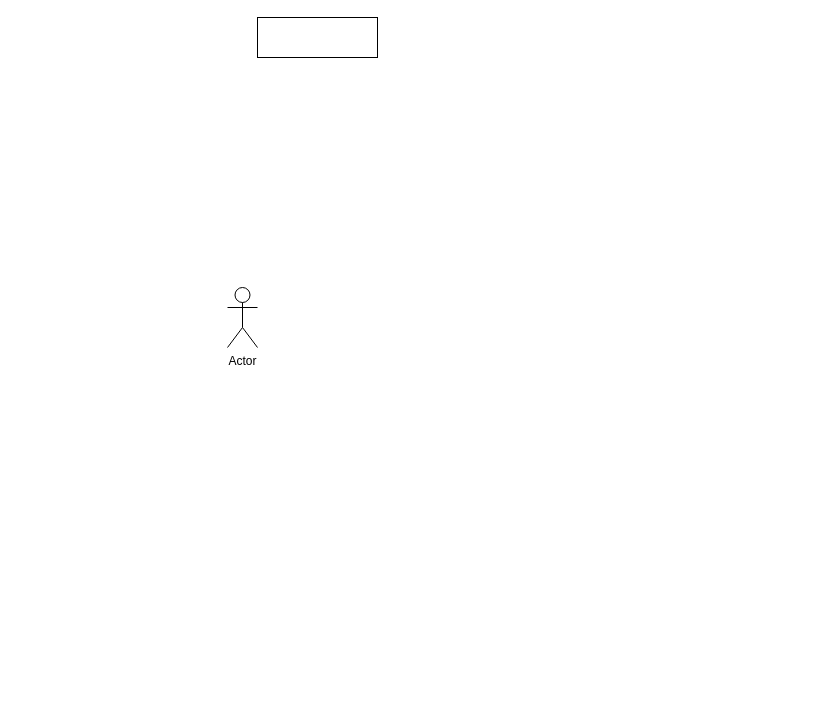
Gsuper36/lab-diagrams keeps this draw.io diagram as lab 3.drawio. Above is the earlier version. Source tidied: cells renumbered, new cells numbered last; positions are measured from the earlier drawing's top-left corner, leaving out a move shared by most shapes. Both pictures are drawn from the tidied source at 100%, with x=0, y=0 at pixel (227, 17).
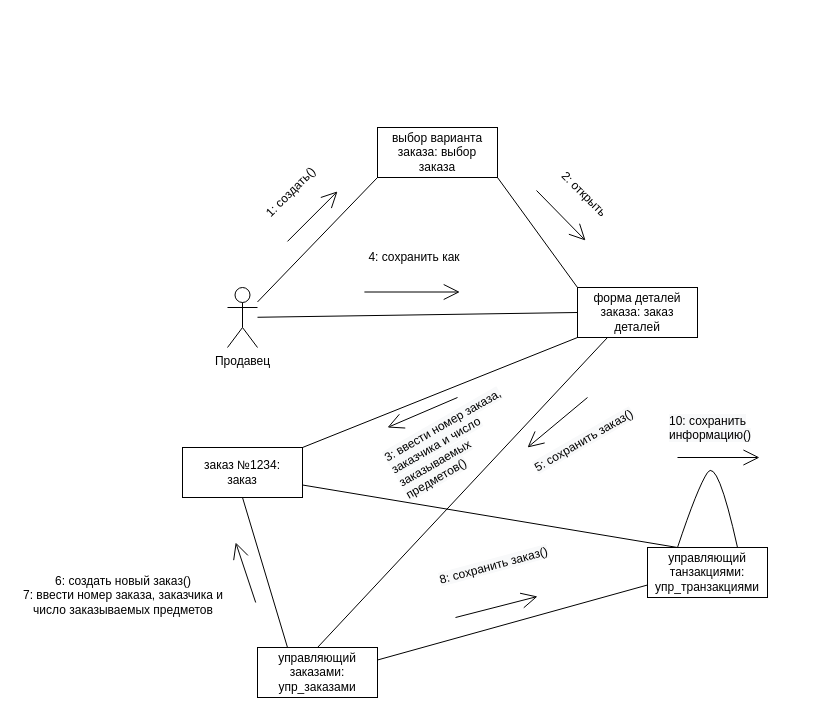
The same page after the edit.

Diff of the diagram source:
```diff
@@
+    <mxCell id="4" style="rounded=0;jettySize=auto;html=1;entryX=0;entryY=1;entryDx=0;entryDy=0;endArrow=none;endFill=0;" parent="1" edge="1" source="2" target="3">
+      <mxGeometry relative="1" as="geometry" />
+    </mxCell>
-    <mxCell id="2" value="Actor" style="shape=umlActor;verticalLabelPosition=bottom;verticalAlign=top;html=1;outlineConnect=0;" parent="1" vertex="1">
+    <mxCell id="2" value="Продавец" style="shape=umlActor;verticalLabelPosition=bottom;verticalAlign=top;html=1;outlineConnect=0;" parent="1" vertex="1">
       <mxGeometry y="270" width="30" height="60" as="geometry" />
     </mxCell>
-    <mxCell id="3" style="rounded=0;whiteSpace=wrap;html=1;" parent="1" vertex="1">
-      <mxGeometry x="30" width="120" height="40" as="geometry" />
+    <mxCell id="3" value="выбор варианта заказа: выбор заказа" style="rounded=0;whiteSpace=wrap;html=1;" parent="1" vertex="1">
+      <mxGeometry x="150" y="110" width="120" height="50" as="geometry" />
     </mxCell>
+    <mxCell id="5" value="форма деталей заказа: заказ деталей" style="rounded=0;whiteSpace=wrap;html=1;" parent="1" vertex="1">
+      <mxGeometry x="350" y="270" width="120" height="50" as="geometry" />
+    </mxCell>
+    <mxCell id="6" style="rounded=0;jettySize=auto;html=1;entryX=0;entryY=0;entryDx=0;entryDy=0;exitX=1;exitY=1;exitDx=0;exitDy=0;endArrow=none;endFill=0;" parent="1" edge="1" source="3" target="5">
+      <mxGeometry relative="1" as="geometry" />
+    </mxCell>
+    <mxCell id="7" style="rounded=0;jettySize=auto;html=1;entryX=0;entryY=0.5;entryDx=0;entryDy=0;endArrow=none;endFill=0;" parent="1" edge="1" source="2" target="5">
+      <mxGeometry relative="1" as="geometry" />
+    </mxCell>
+    <mxCell id="8" value="заказ №1234:&lt;br&gt;заказ" style="rounded=0;whiteSpace=wrap;html=1;" parent="1" vertex="1">
+      <mxGeometry x="-45" y="430" width="120" height="50" as="geometry" />
+    </mxCell>
+    <mxCell id="9" value="управляющий танзакциями: упр_транзакциями" style="rounded=0;whiteSpace=wrap;html=1;" parent="1" vertex="1">
+      <mxGeometry x="420" y="530" width="120" height="50" as="geometry" />
+    </mxCell>
+    <mxCell id="10" value="управляющий заказами: упр_заказами" style="rounded=0;whiteSpace=wrap;html=1;" parent="1" vertex="1">
+      <mxGeometry x="30" y="630" width="120" height="50" as="geometry" />
+    </mxCell>
+    <mxCell id="11" style="curved=1;endArrow=none;html=1;rounded=0;exitX=0.25;exitY=0;exitDx=0;exitDy=0;entryX=0.75;entryY=0;entryDx=0;entryDy=0;endFill=0;" parent="1" edge="1" source="9" target="9">
+      <mxGeometry relative="1" as="geometry">
+        <Array as="points">
+          <mxPoint x="470" y="470" />
+          <mxPoint x="490" y="440" />
+        </Array>
+      </mxGeometry>
+    </mxCell>
+    <mxCell id="12" style="rounded=0;jettySize=auto;html=1;entryX=0;entryY=1;entryDx=0;entryDy=0;endArrow=none;endFill=0;exitX=1;exitY=0;exitDx=0;exitDy=0;" parent="1" edge="1" source="8" target="5">
+      <mxGeometry relative="1" as="geometry" />
+    </mxCell>
+    <mxCell id="13" style="rounded=0;jettySize=auto;html=1;entryX=0.25;entryY=1;entryDx=0;entryDy=0;endArrow=none;endFill=0;exitX=0.5;exitY=0;exitDx=0;exitDy=0;" parent="1" edge="1" source="10" target="5">
+      <mxGeometry relative="1" as="geometry" />
+    </mxCell>
+    <mxCell id="14" style="rounded=0;jettySize=auto;html=1;entryX=0.5;entryY=1;entryDx=0;entryDy=0;endArrow=none;endFill=0;exitX=0.25;exitY=0;exitDx=0;exitDy=0;" parent="1" edge="1" source="10" target="8">
+      <mxGeometry relative="1" as="geometry" />
+    </mxCell>
+    <mxCell id="15" style="rounded=0;jettySize=auto;html=1;entryX=0;entryY=0.75;entryDx=0;entryDy=0;endArrow=none;endFill=0;exitX=1;exitY=0.25;exitDx=0;exitDy=0;" parent="1" edge="1" source="10" target="9">
+      <mxGeometry relative="1" as="geometry" />
+    </mxCell>
+    <mxCell id="16" style="rounded=0;jettySize=auto;html=1;entryX=0.25;entryY=0;entryDx=0;entryDy=0;endArrow=none;endFill=0;exitX=1;exitY=0.75;exitDx=0;exitDy=0;" parent="1" edge="1" source="8" target="9">
+      <mxGeometry relative="1" as="geometry" />
+    </mxCell>
+    <mxCell id="17" style="group;" parent="1" vertex="1">
+      <mxGeometry x="28.2" y="140" width="81.8" height="83.9" as="geometry" />
+    </mxCell>
+    <mxCell id="18" style="endArrow=open;html=1;rounded=0;endFill=0;endSize=14;" parent="17" edge="1">
+      <mxGeometry relative="1" as="geometry">
+        <mxPoint x="31.8" y="83.9" as="sourcePoint" />
+        <mxPoint x="81.8" y="33.9" as="targetPoint" />
+      </mxGeometry>
+    </mxCell>
+    <mxCell id="19" value="1: создать()" style="text;html=1;strokeColor=none;fillColor=none;align=center;verticalAlign=middle;whiteSpace=wrap;rounded=0;rotation=-45;" parent="17" vertex="1">
+      <mxGeometry x="0.4" y="20.4" width="70" height="30" as="geometry" />
+    </mxCell>
+    <mxCell id="20" style="group;rotation=90;" parent="1" vertex="1">
+      <mxGeometry x="310" y="140" width="81.8" height="83.9" as="geometry" />
+    </mxCell>
+    <mxCell id="21" style="endArrow=open;html=1;rounded=0;endFill=0;endSize=14;" parent="20" edge="1">
+      <mxGeometry relative="1" as="geometry">
+        <mxPoint x="-1" y="33" as="sourcePoint" />
+        <mxPoint x="48" y="83" as="targetPoint" />
+      </mxGeometry>
+    </mxCell>
+    <mxCell id="22" value="2: открыть" style="text;html=1;strokeColor=none;fillColor=none;align=center;verticalAlign=middle;whiteSpace=wrap;rounded=0;rotation=45;" parent="20" vertex="1">
+      <mxGeometry x="12" y="22" width="70" height="30" as="geometry" />
+    </mxCell>
+    <mxCell id="23" style="group;rotation=45;" parent="1" vertex="1">
+      <mxGeometry x="110" y="194.4" width="110" height="113.9" as="geometry" />
+    </mxCell>
+    <mxCell id="24" style="endArrow=open;html=1;rounded=0;endFill=0;endSize=14;" parent="23" edge="1">
+      <mxGeometry relative="1" as="geometry">
+        <mxPoint x="26.9" y="80.1" as="sourcePoint" />
+        <mxPoint x="122.3" y="80.1" as="targetPoint" />
+      </mxGeometry>
+    </mxCell>
+    <mxCell id="25" value="4: сохранить как" style="text;html=1;strokeColor=none;fillColor=none;align=center;verticalAlign=middle;whiteSpace=wrap;rounded=0;rotation=0;" parent="23" vertex="1">
+      <mxGeometry x="29.6" y="25.6" width="94.1" height="40.7" as="geometry" />
+    </mxCell>
+    <mxCell id="26" style="endArrow=open;html=1;rounded=0;endFill=0;endSize=14;" parent="1" edge="1">
+      <mxGeometry relative="1" as="geometry">
+        <mxPoint x="230" y="380" as="sourcePoint" />
+        <mxPoint x="160" y="410" as="targetPoint" />
+      </mxGeometry>
+    </mxCell>
+    <mxCell id="27" value="&lt;span style=&quot;color: rgb(0, 0, 0); font-family: Helvetica; font-size: 12px; font-style: normal; font-variant-ligatures: normal; font-variant-caps: normal; font-weight: 400; letter-spacing: normal; orphans: 2; text-align: center; text-indent: 0px; text-transform: none; widows: 2; word-spacing: 0px; -webkit-text-stroke-width: 0px; background-color: rgb(248, 249, 250); text-decoration-thickness: initial; text-decoration-style: initial; text-decoration-color: initial; float: none; display: inline !important;&quot;&gt;3: ввести номер заказа, заказчика и число заказываемых предметов()&lt;/span&gt;" style="text;whiteSpace=wrap;html=1;rotation=-30;" parent="1" vertex="1">
+      <mxGeometry x="150" y="390" width="150" height="40" as="geometry" />
+    </mxCell>
+    <mxCell id="28" style="endArrow=open;html=1;rounded=0;endFill=0;endSize=14;" parent="1" edge="1">
+      <mxGeometry relative="1" as="geometry">
+        <mxPoint x="360" y="380" as="sourcePoint" />
+        <mxPoint x="300" y="430" as="targetPoint" />
+      </mxGeometry>
+    </mxCell>
+    <mxCell id="29" value="&lt;span style=&quot;color: rgb(0, 0, 0); font-family: Helvetica; font-size: 12px; font-style: normal; font-variant-ligatures: normal; font-variant-caps: normal; font-weight: 400; letter-spacing: normal; orphans: 2; text-align: center; text-indent: 0px; text-transform: none; widows: 2; word-spacing: 0px; -webkit-text-stroke-width: 0px; background-color: rgb(248, 249, 250); text-decoration-thickness: initial; text-decoration-style: initial; text-decoration-color: initial; float: none; display: inline !important;&quot;&gt;5: сохранить заказ()&lt;/span&gt;" style="text;whiteSpace=wrap;html=1;rotation=-30;" parent="1" vertex="1">
+      <mxGeometry x="300" y="400" width="150" height="40" as="geometry" />
+    </mxCell>
+    <mxCell id="30" style="endArrow=open;html=1;rounded=0;endFill=0;endSize=14;" parent="1" edge="1">
+      <mxGeometry relative="1" as="geometry">
+        <mxPoint x="450" y="440" as="sourcePoint" />
+        <mxPoint x="532" y="440" as="targetPoint" />
+      </mxGeometry>
+    </mxCell>
+    <mxCell id="31" value="&lt;span style=&quot;color: rgb(0, 0, 0); font-family: Helvetica; font-size: 12px; font-style: normal; font-variant-ligatures: normal; font-variant-caps: normal; font-weight: 400; letter-spacing: normal; orphans: 2; text-align: center; text-indent: 0px; text-transform: none; widows: 2; word-spacing: 0px; -webkit-text-stroke-width: 0px; background-color: rgb(248, 249, 250); text-decoration-thickness: initial; text-decoration-style: initial; text-decoration-color: initial; float: none; display: inline !important;&quot;&gt;10: сохранить информацию()&lt;/span&gt;" style="text;whiteSpace=wrap;html=1;rotation=0;" parent="1" vertex="1">
+      <mxGeometry x="440" y="390" width="150" height="40" as="geometry" />
+    </mxCell>
+    <mxCell id="32" style="endArrow=open;html=1;rounded=0;endFill=0;endSize=14;" parent="1" edge="1">
+      <mxGeometry relative="1" as="geometry">
+        <mxPoint x="228" y="600" as="sourcePoint" />
+        <mxPoint x="310" y="579" as="targetPoint" />
+      </mxGeometry>
+    </mxCell>
+    <mxCell id="33" value="&lt;span style=&quot;color: rgb(0, 0, 0); font-family: Helvetica; font-size: 12px; font-style: normal; font-variant-ligatures: normal; font-variant-caps: normal; font-weight: 400; letter-spacing: normal; orphans: 2; text-align: center; text-indent: 0px; text-transform: none; widows: 2; word-spacing: 0px; -webkit-text-stroke-width: 0px; background-color: rgb(248, 249, 250); text-decoration-thickness: initial; text-decoration-style: initial; text-decoration-color: initial; float: none; display: inline !important;&quot;&gt;8: сохранить заказ()&lt;/span&gt;" style="text;whiteSpace=wrap;html=1;rotation=-15;" parent="1" vertex="1">
+      <mxGeometry x="210" y="530" width="150" height="40" as="geometry" />
+    </mxCell>
+    <mxCell id="34" style="endArrow=open;html=1;rounded=0;endFill=0;endSize=14;" parent="1" edge="1">
+      <mxGeometry relative="1" as="geometry">
+        <mxPoint x="28.2" y="585" as="sourcePoint" />
+        <mxPoint x="8.2" y="525" as="targetPoint" />
+      </mxGeometry>
+    </mxCell>
+    <mxCell id="35" value="&lt;div style=&quot;text-align: center;&quot;&gt;&lt;span style=&quot;background-color: initial;&quot;&gt;6: создать новый заказ()&lt;/span&gt;&lt;/div&gt;&lt;div style=&quot;text-align: center;&quot;&gt;&lt;span style=&quot;background-color: initial;&quot;&gt;7: ввести номер заказа, заказчика и число заказываемых предметов&lt;/span&gt;&lt;/div&gt;" style="text;whiteSpace=wrap;html=1;" parent="1" vertex="1">
+      <mxGeometry x="-210" y="550" width="210" height="40" as="geometry" />
+    </mxCell>
```
